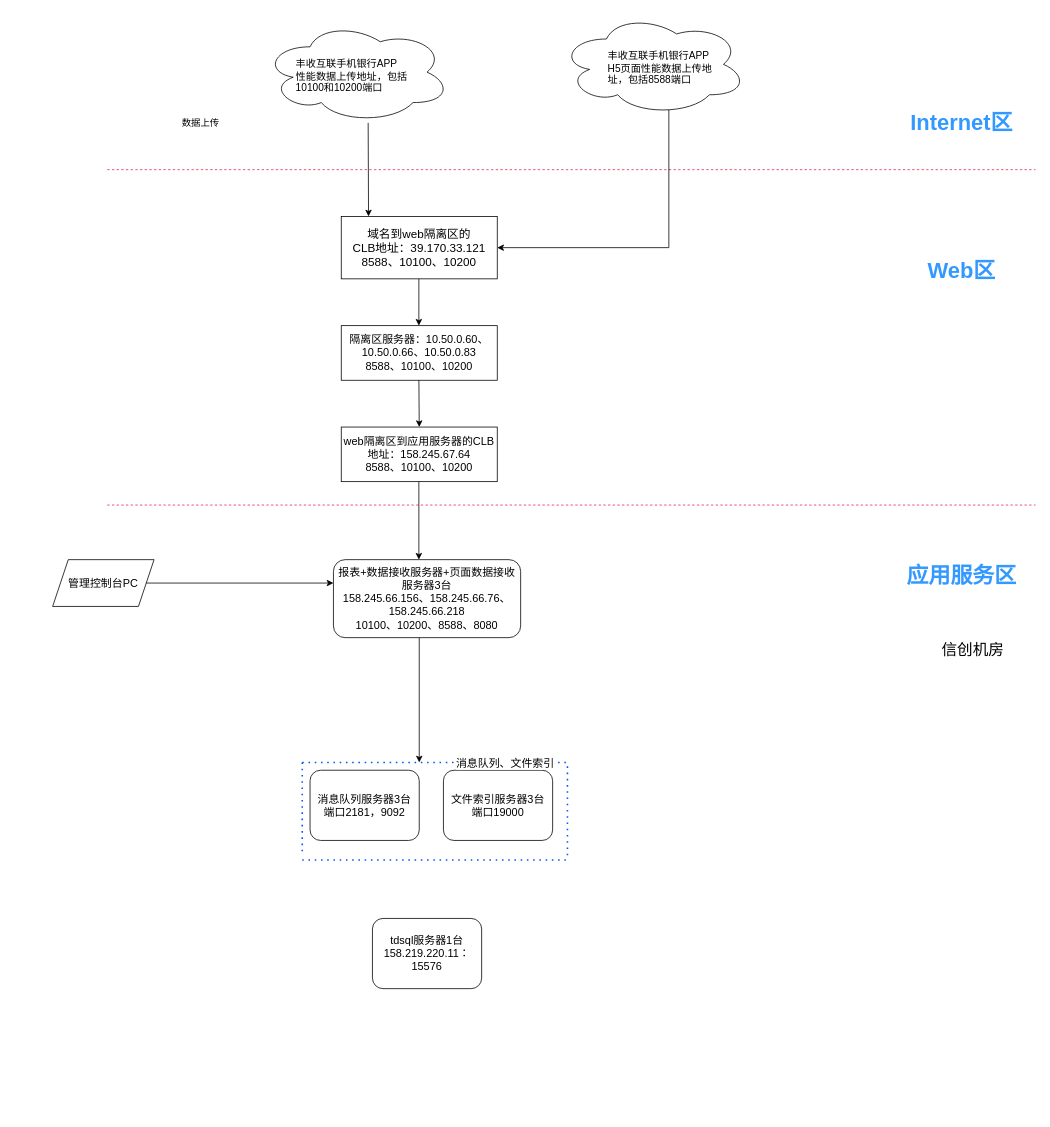
The draw.io diagram 浙江农信信创平台架构.drawio in zeng0550/free-programming-books, before the edit. Source tidied: cells renumbered, new cells numbered last; positions are measured from the earlier drawing's top-left corner, leaving out a move shared by most shapes. Both pictures are drawn from the tidied source at 78%, with x=0, y=0 at pixel (52, 13).
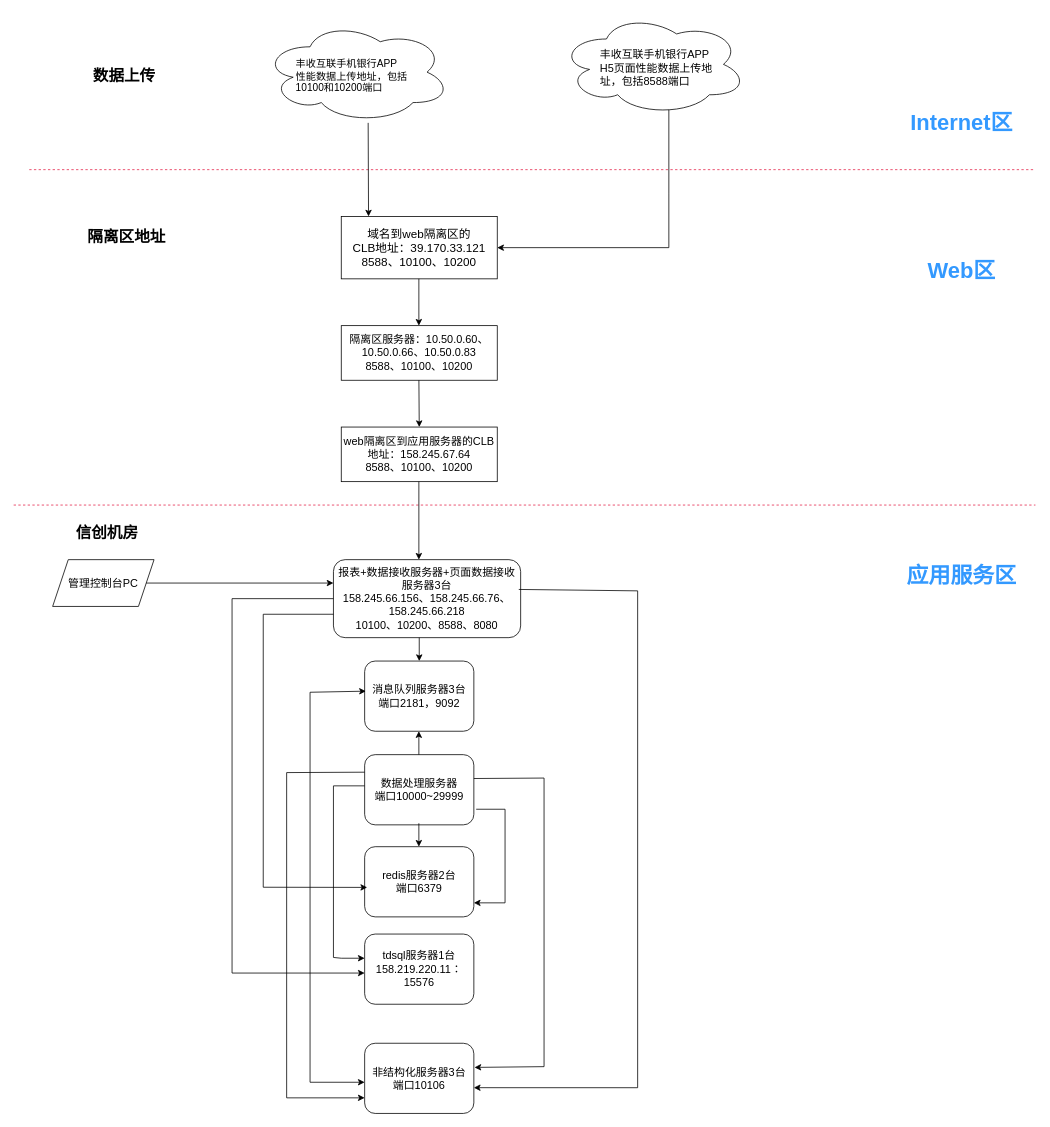
After the change.

Commit message:
更新浙江农信信创平台架构.drawio

The change refers to these unchanged cells:
```xml
<mxCell id="21" value="&lt;div&gt;报表+数据接收服务&lt;span style=&quot;background-color: transparent; color: light-dark(rgb(0, 0, 0), rgb(255, 255, 255));&quot;&gt;器+页面数据接收&lt;/span&gt;&lt;/div&gt;&lt;div&gt;&lt;span style=&quot;background-color: transparent; color: light-dark(rgb(0, 0, 0), rgb(255, 255, 255));&quot;&gt;服务器3台&lt;/span&gt;&lt;/div&gt;&lt;div&gt;158.245.66.156、158.245.66.76、158.245.66.218&lt;/div&gt;&lt;div&gt;10100、&lt;span style=&quot;background-color: transparent; color: light-dark(rgb(0, 0, 0), rgb(255, 255, 255));&quot;&gt;10200、8588、8080&lt;/span&gt;&lt;/div&gt;" style="rounded=1;whiteSpace=wrap;html=1;fontSize=14;" parent="1" vertex="1">
  <mxGeometry x="360" y="700" width="240" height="100" as="geometry" />
</mxCell>
```

Diff of the diagram source:
```diff
@@
     <mxCell id="2" style="endArrow=none;dashed=1;html=1;rounded=0;fillColor=#e1d5e7;strokeColor=#e4254b;" parent="1" edge="1">
       <mxGeometry relative="1" as="geometry">
-        <mxPoint x="70" y="200" as="sourcePoint" />
+        <mxPoint x="-30" y="200" as="sourcePoint" />
         <mxPoint x="1260" y="200" as="targetPoint" />
       </mxGeometry>
     </mxCell>
@@
-    <mxCell id="4" value="&lt;div&gt;数据上传&lt;/div&gt;&lt;div&gt;&lt;br&gt;&lt;/div&gt;&lt;div&gt;&lt;br&gt;&lt;/div&gt;&lt;div&gt;&lt;br&gt;&lt;/div&gt;&lt;br&gt;&lt;span class=&quot;eusoft-eudic-chrome-extension-translate-content&quot;&gt;&lt;/span&gt;" style="text;strokeColor=none;fillColor=none;html=1;whiteSpace=wrap;verticalAlign=middle;overflow=hidden;" parent="1" vertex="1">
-      <mxGeometry x="164" y="130" width="60" height="20" as="geometry" />
+    <mxCell id="4" value="&lt;div&gt;数据上传&lt;/div&gt;&lt;div&gt;&lt;br&gt;&lt;/div&gt;&lt;div&gt;&lt;br&gt;&lt;/div&gt;&lt;div&gt;&lt;br&gt;&lt;/div&gt;&lt;br&gt;&lt;span class=&quot;eusoft-eudic-chrome-extension-translate-content&quot;&gt;&lt;/span&gt;" style="text;strokeColor=none;fillColor=none;html=1;whiteSpace=wrap;verticalAlign=middle;overflow=hidden;fontSize=20;fontStyle=1;" parent="1" vertex="1">
+      <mxGeometry x="50" y="65" width="90" height="30" as="geometry" />
     </mxCell>
@@
-    <mxCell id="10" value="丰收互联手机银行&lt;span style=&quot;background-color: transparent; color: light-dark(rgb(0, 0, 0), rgb(255, 255, 255));&quot;&gt;APP H5页面性能数据上传地址，包括8588端口&lt;/span&gt;" style="text;strokeColor=none;fillColor=none;html=1;whiteSpace=wrap;verticalAlign=middle;overflow=hidden;strokeWidth=0;fontSize=13;" parent="1" vertex="1">
-      <mxGeometry x="710" y="40" width="140" height="60" as="geometry" />
+    <mxCell id="10" value="&lt;font style=&quot;font-size: 14px;&quot;&gt;丰收互联手机银行&lt;span style=&quot;background-color: transparent; color: light-dark(rgb(0, 0, 0), rgb(255, 255, 255));&quot;&gt;APP H5页面性能数据上传地址，包括8588端口&lt;/span&gt;&lt;/font&gt;" style="text;strokeColor=none;fillColor=none;html=1;whiteSpace=wrap;verticalAlign=middle;overflow=hidden;strokeWidth=0;fontSize=13;" parent="1" vertex="1">
+      <mxGeometry x="700" y="40" width="150" height="60" as="geometry" />
     </mxCell>
@@
     <mxCell id="17" style="endArrow=none;dashed=1;html=1;rounded=0;fillColor=#e1d5e7;strokeColor=#e4254b;" parent="1" edge="1">
       <mxGeometry relative="1" as="geometry">
-        <mxPoint x="70" y="630" as="sourcePoint" />
+        <mxPoint x="-50" y="630" as="sourcePoint" />
         <mxPoint x="1260" y="630" as="targetPoint" />
       </mxGeometry>
     </mxCell>
@@
-    <mxCell id="19" value="信创机房" style="text;html=1;align=center;verticalAlign=middle;whiteSpace=wrap;rounded=0;fontSize=20;" parent="1" vertex="1">
-      <mxGeometry x="1130" y="800" width="100" height="30" as="geometry" />
+    <mxCell id="19" value="信创机房" style="text;html=1;align=center;verticalAlign=middle;whiteSpace=wrap;rounded=0;fontSize=20;fontStyle=1;" parent="1" vertex="1">
+      <mxGeometry x="20" y="650" width="100" height="30" as="geometry" />
     </mxCell>
@@
-    <mxCell id="24" value="&lt;span style=&quot;font-size: 14px;&quot;&gt;消息队列服务器3台&lt;/span&gt;&lt;br&gt;&lt;div&gt;&lt;span style=&quot;font-size: 14px;&quot;&gt;端口2181，9092&lt;/span&gt;&lt;br&gt;&lt;/div&gt;" style="rounded=1;whiteSpace=wrap;html=1;" parent="1" vertex="1">
-      <mxGeometry x="330" y="970" width="140" height="90" as="geometry" />
-    </mxCell>
-    <mxCell id="25" value="&lt;span style=&quot;font-size: 14px;&quot;&gt;文件索引服务器3台&lt;/span&gt;&lt;br&gt;&lt;div&gt;&lt;font style=&quot;font-size: 14px;&quot;&gt;端口19000&lt;br&gt;&lt;/font&gt;&lt;/div&gt;" style="rounded=1;whiteSpace=wrap;html=1;" parent="1" vertex="1">
-      <mxGeometry x="501" y="970" width="140" height="90" as="geometry" />
+    <mxCell id="25" value="&lt;span style=&quot;font-size: 14px;&quot;&gt;数据处理服务器&lt;/span&gt;&lt;div&gt;&lt;span style=&quot;font-size: 14px;&quot;&gt;端口10000~29999&lt;/span&gt;&lt;/div&gt;" style="rounded=1;whiteSpace=wrap;html=1;" parent="1" vertex="1">
+      <mxGeometry x="400" y="950" width="140" height="90" as="geometry" />
     </mxCell>
-    <mxCell id="26" style="endArrow=none;dashed=1;html=1;dashPattern=1 3;strokeWidth=2;rounded=0;strokeColor=#0756f2;" parent="1" edge="1">
-      <mxGeometry relative="1" as="geometry">
-        <mxPoint x="320" y="1085" as="sourcePoint" />
-        <mxPoint x="660" y="1085" as="targetPoint" />
-      </mxGeometry>
-    </mxCell>
-    <mxCell id="27" style="endArrow=none;dashed=1;html=1;dashPattern=1 3;strokeWidth=2;rounded=0;strokeColor=#0756f2;" parent="1" edge="1">
-      <mxGeometry relative="1" as="geometry">
-        <mxPoint x="320" y="960" as="sourcePoint" />
-        <mxPoint x="660" y="960" as="targetPoint" />
-      </mxGeometry>
-    </mxCell>
-    <mxCell id="28" value="&lt;font style=&quot;font-size: 14px;&quot;&gt;消息队列、文件索引&lt;/font&gt;" style="edgeLabel;html=1;align=center;verticalAlign=middle;" parent="27" vertex="1">
-      <mxGeometry x="-0.18" y="1" relative="1" as="geometry">
-        <mxPoint x="120" y="1" as="offset" />
-      </mxGeometry>
-    </mxCell>
-    <mxCell id="29" style="endArrow=none;dashed=1;html=1;dashPattern=1 3;strokeWidth=2;rounded=0;strokeColor=#0756f2;" parent="1" edge="1">
-      <mxGeometry relative="1" as="geometry">
-        <mxPoint x="320" y="960" as="sourcePoint" />
-        <mxPoint x="320" y="1080" as="targetPoint" />
-      </mxGeometry>
-    </mxCell>
-    <mxCell id="30" style="endArrow=none;dashed=1;html=1;dashPattern=1 3;strokeWidth=2;rounded=0;strokeColor=#0756f2;" parent="1" edge="1">
-      <mxGeometry relative="1" as="geometry">
-        <mxPoint x="660" y="965" as="sourcePoint" />
-        <mxPoint x="660" y="1085" as="targetPoint" />
-      </mxGeometry>
-    </mxCell>
-    <mxCell id="31" style="endArrow=classic;html=1;rounded=0;" parent="1" edge="1">
+    <mxCell id="31" style="endArrow=classic;html=1;rounded=0;" parent="1" edge="1" source="24">
       <mxGeometry relative="1" as="geometry">
-        <mxPoint x="470" y="800" as="sourcePoint" />
-        <mxPoint x="470" y="960" as="targetPoint" />
+        <mxPoint x="470" y="830" as="targetPoint" />
       </mxGeometry>
     </mxCell>
     <mxCell id="32" value="&lt;span style=&quot;font-size: 14px;&quot;&gt;tdsql服务器1台&lt;/span&gt;&lt;div&gt;&lt;span style=&quot;font-size: 14px;&quot;&gt;158.219.220.11：15576&lt;/span&gt;&lt;/div&gt;" style="rounded=1;whiteSpace=wrap;html=1;" parent="1" vertex="1">
-      <mxGeometry x="410" y="1160" width="140" height="90" as="geometry" />
+      <mxGeometry x="400" y="1180" width="140" height="90" as="geometry" />
     </mxCell>
+    <mxCell id="33" style="endArrow=classic;html=1;rounded=0;exitX=0;exitY=0.5;exitDx=0;exitDy=0;" parent="1" edge="1" source="21">
+      <mxGeometry relative="1" as="geometry">
+        <mxPoint x="400" y="1230" as="targetPoint" />
+        <Array as="points">
+          <mxPoint x="230" y="750" />
+          <mxPoint x="230" y="1230" />
+        </Array>
+      </mxGeometry>
+    </mxCell>
+    <mxCell id="34" value="&lt;span style=&quot;font-size: 14px;&quot;&gt;非结构化服务器3台&lt;/span&gt;&lt;div&gt;&lt;span style=&quot;font-size: 14px;&quot;&gt;端口10106&lt;/span&gt;&lt;/div&gt;" style="rounded=1;whiteSpace=wrap;html=1;" parent="1" vertex="1">
+      <mxGeometry x="400" y="1320" width="140" height="90" as="geometry" />
+    </mxCell>
+    <mxCell id="35" style="endArrow=classic;html=1;rounded=0;exitX=0.99;exitY=0.382;exitDx=0;exitDy=0;exitPerimeter=0;entryX=1;entryY=0.633;entryDx=0;entryDy=0;entryPerimeter=0;" parent="1" edge="1" source="21" target="34">
+      <mxGeometry relative="1" as="geometry">
+        <Array as="points">
+          <mxPoint x="750" y="740" />
+          <mxPoint x="750" y="1377" />
+        </Array>
+      </mxGeometry>
+    </mxCell>
+    <mxCell id="36" value="&lt;span style=&quot;font-size: 14px;&quot;&gt;redis服务器2台&lt;/span&gt;&lt;div&gt;&lt;span style=&quot;font-size: 14px;&quot;&gt;端口6379&lt;/span&gt;&lt;/div&gt;" style="rounded=1;whiteSpace=wrap;html=1;" parent="1" vertex="1">
+      <mxGeometry x="400" y="1068" width="140" height="90" as="geometry" />
+    </mxCell>
+    <mxCell id="37" style="endArrow=classic;html=1;rounded=0;entryX=0.023;entryY=0.58;entryDx=0;entryDy=0;entryPerimeter=0;" parent="1" edge="1" target="36">
+      <mxGeometry relative="1" as="geometry">
+        <mxPoint x="360" y="770" as="sourcePoint" />
+        <Array as="points">
+          <mxPoint x="270" y="770" />
+          <mxPoint x="270" y="1120" />
+        </Array>
+      </mxGeometry>
+    </mxCell>
+    <mxCell id="38" style="endArrow=classic;html=1;rounded=0;" parent="1" edge="1" target="24">
+      <mxGeometry relative="1" as="geometry">
+        <mxPoint x="470" y="800" as="sourcePoint" />
+      </mxGeometry>
+    </mxCell>
+    <mxCell id="24" value="&lt;span style=&quot;font-size: 14px;&quot;&gt;消息队列服务器3台&lt;/span&gt;&lt;br&gt;&lt;div&gt;&lt;span style=&quot;font-size: 14px;&quot;&gt;端口2181，9092&lt;/span&gt;&lt;br&gt;&lt;/div&gt;" style="rounded=1;whiteSpace=wrap;html=1;" parent="1" vertex="1">
+      <mxGeometry x="400" y="830" width="140" height="90" as="geometry" />
+    </mxCell>
+    <mxCell id="39" style="endArrow=classic;html=1;rounded=0;" parent="1" edge="1">
+      <mxGeometry relative="1" as="geometry">
+        <mxPoint x="469.5" y="950" as="sourcePoint" />
+        <mxPoint x="469.5" y="920" as="targetPoint" />
+      </mxGeometry>
+    </mxCell>
+    <mxCell id="40" style="endArrow=classic;html=1;rounded=0;" parent="1" edge="1">
+      <mxGeometry relative="1" as="geometry">
+        <mxPoint x="469.5" y="1038" as="sourcePoint" />
+        <mxPoint x="469.5" y="1068" as="targetPoint" />
+      </mxGeometry>
+    </mxCell>
+    <mxCell id="41" style="endArrow=classic;html=1;rounded=0;exitX=1;exitY=0.34;exitDx=0;exitDy=0;exitPerimeter=0;entryX=1.006;entryY=0.344;entryDx=0;entryDy=0;entryPerimeter=0;" parent="1" edge="1" source="25" target="34">
+      <mxGeometry relative="1" as="geometry">
+        <Array as="points">
+          <mxPoint x="630" y="980" />
+          <mxPoint x="630" y="1350" />
+        </Array>
+      </mxGeometry>
+    </mxCell>
+    <mxCell id="42" style="endArrow=classic;startArrow=classic;html=1;rounded=0;entryX=0.011;entryY=0.429;entryDx=0;entryDy=0;entryPerimeter=0;" parent="1" edge="1" target="24">
+      <mxGeometry relative="1" as="geometry">
+        <mxPoint x="400" y="1370" as="sourcePoint" />
+        <Array as="points">
+          <mxPoint x="330" y="1370" />
+          <mxPoint x="330" y="870" />
+        </Array>
+      </mxGeometry>
+    </mxCell>
+    <mxCell id="43" style="endArrow=classic;html=1;rounded=0;" parent="1" edge="1">
+      <mxGeometry relative="1" as="geometry">
+        <mxPoint x="400" y="990" as="sourcePoint" />
+        <mxPoint x="400" y="1211" as="targetPoint" />
+        <Array as="points">
+          <mxPoint x="360" y="990" />
+          <mxPoint x="360" y="1210" />
+          <mxPoint x="370" y="1211" />
+        </Array>
+      </mxGeometry>
+    </mxCell>
+    <mxCell id="44" style="endArrow=classic;html=1;rounded=0;" parent="1" edge="1">
+      <mxGeometry relative="1" as="geometry">
+        <mxPoint x="543" y="1020" as="sourcePoint" />
+        <mxPoint x="540" y="1140" as="targetPoint" />
+        <Array as="points">
+          <mxPoint x="580" y="1020" />
+          <mxPoint x="580" y="1140" />
+        </Array>
+      </mxGeometry>
+    </mxCell>
+    <mxCell id="45" style="endArrow=classic;html=1;rounded=0;exitX=0;exitY=0.25;exitDx=0;exitDy=0;" parent="1" edge="1" source="25">
+      <mxGeometry relative="1" as="geometry">
+        <mxPoint x="400" y="1390" as="targetPoint" />
+        <Array as="points">
+          <mxPoint x="300" y="973" />
+          <mxPoint x="300" y="1390" />
+        </Array>
+      </mxGeometry>
+    </mxCell>
+    <mxCell id="46" value="隔离区地址" style="text;html=1;align=center;verticalAlign=middle;whiteSpace=wrap;rounded=0;fontSize=20;fontStyle=1;" parent="1" vertex="1">
+      <mxGeometry x="30" y="270" width="130" height="30" as="geometry" />
+    </mxCell>
```
